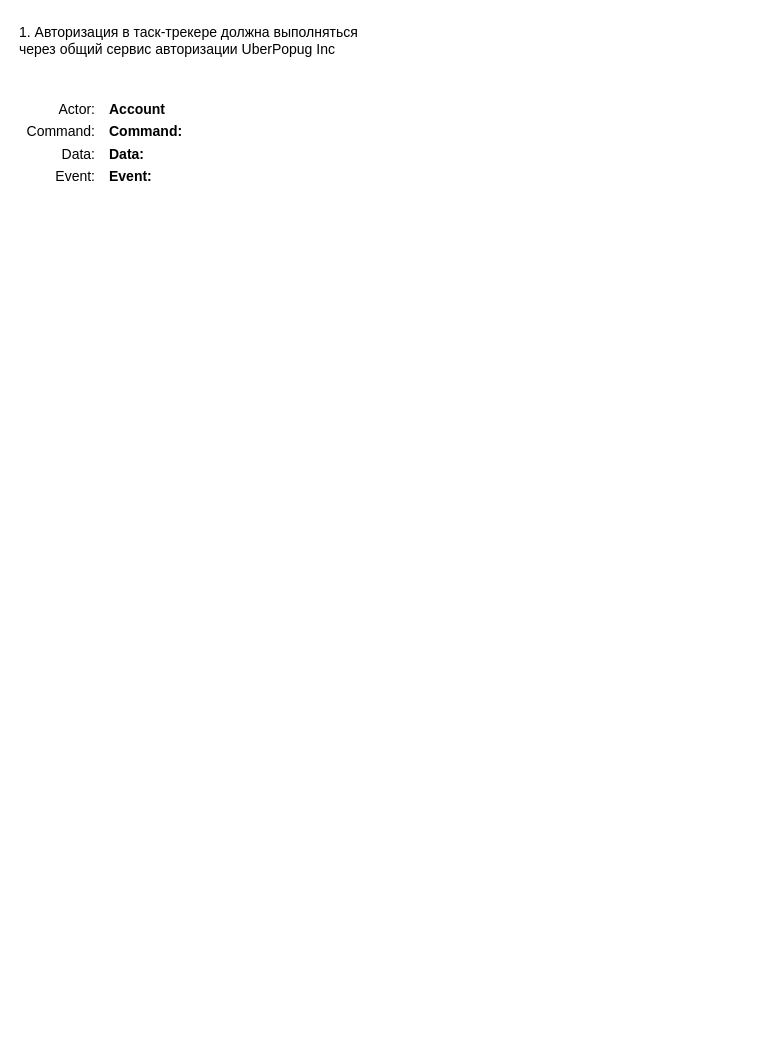
This is es.drawio from fedorov-dmitry/aTES, a draw.io file, before an edit. Source tidied: cells renumbered, new cells numbered last; positions are measured from the earlier drawing's top-left corner, leaving out a move shared by most shapes. Both pictures are drawn from the tidied source at 100%, with x=0, y=0 at pixel (17, 17).
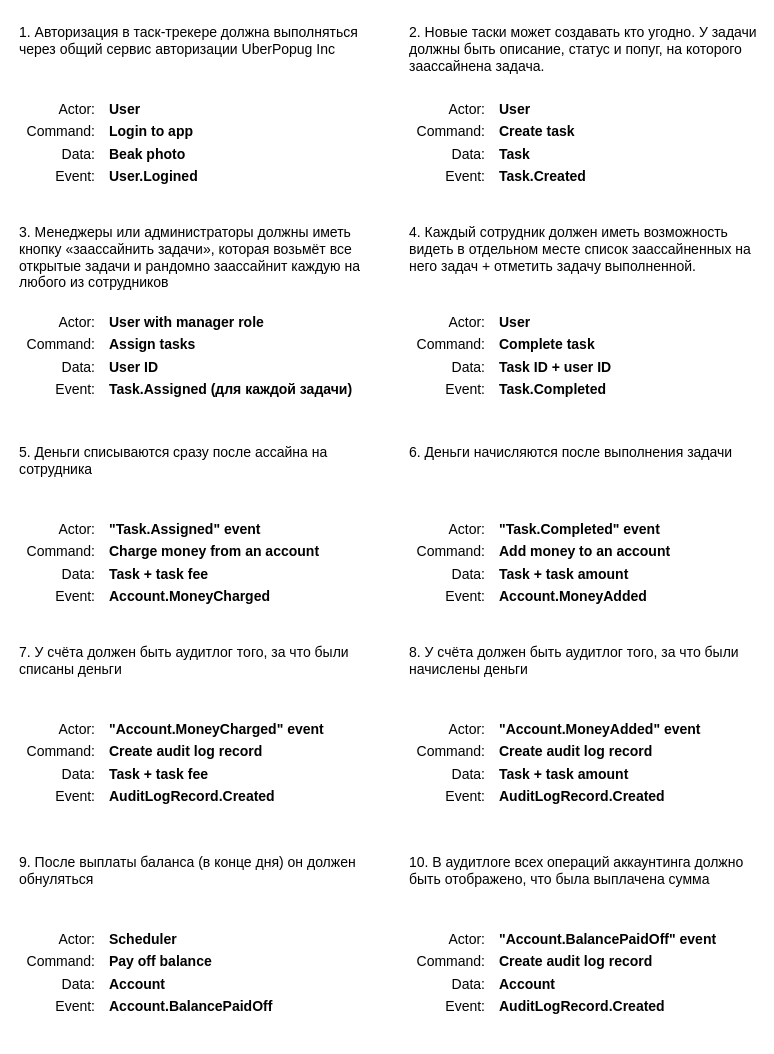
After the change.

Diff of the diagram source:
```diff
@@
-    <mxCell id="4" value="&lt;p style=&quot;line-height: 1.6&quot;&gt;Account&lt;br style=&quot;font-size: 14px&quot;&gt;Command:&lt;br style=&quot;font-size: 14px&quot;&gt;Data:&lt;br style=&quot;font-size: 14px&quot;&gt;Event:&lt;/p&gt;" style="text;html=1;strokeColor=none;fillColor=none;align=left;verticalAlign=top;whiteSpace=wrap;rounded=0;spacing=2;spacingBottom=0;labelPosition=center;verticalLabelPosition=middle;fontSize=14;spacingTop=0;fontStyle=1;" parent="1" vertex="1">
-      <mxGeometry x="90" y="60" width="80" height="130" as="geometry" />
+    <mxCell id="4" value="&lt;p style=&quot;line-height: 1.6&quot;&gt;User&lt;br style=&quot;font-size: 14px&quot;&gt;Login to app&amp;nbsp;&lt;br style=&quot;font-size: 14px&quot;&gt;Beak photo&lt;br style=&quot;font-size: 14px&quot;&gt;User.Logined&lt;/p&gt;" style="text;html=1;strokeColor=none;fillColor=none;align=left;verticalAlign=top;whiteSpace=wrap;rounded=0;spacing=2;spacingBottom=0;labelPosition=center;verticalLabelPosition=middle;fontSize=14;spacingTop=0;fontStyle=1;" parent="1" vertex="1">
+      <mxGeometry x="90" y="60" width="250" height="130" as="geometry" />
     </mxCell>
+    <mxCell id="5" value="2. Новые таски может создавать кто угодно. У задачи должны быть описание, статус и попуг, на которого заассайнена задача." style="text;html=1;strokeColor=none;fillColor=none;align=left;verticalAlign=top;whiteSpace=wrap;rounded=0;spacing=2;spacingBottom=0;labelPosition=center;verticalLabelPosition=middle;fontSize=14;spacingTop=0;" parent="1" vertex="1">
+      <mxGeometry x="390" width="350" height="30" as="geometry" />
+    </mxCell>
+    <mxCell id="6" value="&lt;p style=&quot;line-height: 1.6&quot;&gt;Actor:&lt;br style=&quot;font-size: 14px&quot;&gt;Command:&lt;br style=&quot;font-size: 14px&quot;&gt;Data:&lt;br style=&quot;font-size: 14px&quot;&gt;Event:&lt;/p&gt;" style="text;html=1;strokeColor=none;fillColor=none;align=right;verticalAlign=top;whiteSpace=wrap;rounded=0;spacing=2;spacingBottom=0;labelPosition=center;verticalLabelPosition=middle;fontSize=14;spacingTop=0;" parent="1" vertex="1">
+      <mxGeometry x="390" y="60" width="80" height="130" as="geometry" />
+    </mxCell>
+    <mxCell id="7" value="&lt;p style=&quot;line-height: 1.6&quot;&gt;User&lt;br style=&quot;font-size: 14px&quot;&gt;Create task&amp;nbsp;&lt;br style=&quot;font-size: 14px&quot;&gt;Task&lt;br style=&quot;font-size: 14px&quot;&gt;Task.Created&lt;/p&gt;" style="text;html=1;strokeColor=none;fillColor=none;align=left;verticalAlign=top;whiteSpace=wrap;rounded=0;spacing=2;spacingBottom=0;labelPosition=center;verticalLabelPosition=middle;fontSize=14;spacingTop=0;fontStyle=1;" parent="1" vertex="1">
+      <mxGeometry x="480" y="60" width="250" height="130" as="geometry" />
+    </mxCell>
+    <mxCell id="8" value="3.&amp;nbsp;Менеджеры или администраторы должны иметь кнопку «заассайнить задачи», которая возьмёт все открытые задачи и рандомно заассайнит каждую на любого из сотрудников" style="text;html=1;strokeColor=none;fillColor=none;align=left;verticalAlign=top;whiteSpace=wrap;rounded=0;spacing=2;spacingBottom=0;labelPosition=center;verticalLabelPosition=middle;fontSize=14;spacingTop=0;" parent="1" vertex="1">
+      <mxGeometry y="200" width="350" height="30" as="geometry" />
+    </mxCell>
+    <mxCell id="9" value="&lt;p style=&quot;line-height: 1.6&quot;&gt;Actor:&lt;br style=&quot;font-size: 14px&quot;&gt;Command:&lt;br style=&quot;font-size: 14px&quot;&gt;Data:&lt;br style=&quot;font-size: 14px&quot;&gt;Event:&lt;/p&gt;" style="text;html=1;strokeColor=none;fillColor=none;align=right;verticalAlign=top;whiteSpace=wrap;rounded=0;spacing=2;spacingBottom=0;labelPosition=center;verticalLabelPosition=middle;fontSize=14;spacingTop=0;" parent="1" vertex="1">
+      <mxGeometry y="273" width="80" height="130" as="geometry" />
+    </mxCell>
+    <mxCell id="10" value="&lt;p style=&quot;line-height: 1.6&quot;&gt;User with manager role&lt;br style=&quot;font-size: 14px&quot;&gt;Assign tasks&amp;nbsp;&lt;br style=&quot;font-size: 14px&quot;&gt;User ID&lt;br style=&quot;font-size: 14px&quot;&gt;Task.Assigned (для каждой задачи)&lt;/p&gt;" style="text;html=1;strokeColor=none;fillColor=none;align=left;verticalAlign=top;whiteSpace=wrap;rounded=0;spacing=2;spacingBottom=0;labelPosition=center;verticalLabelPosition=middle;fontSize=14;spacingTop=0;fontStyle=1;" parent="1" vertex="1">
+      <mxGeometry x="90" y="273" width="250" height="130" as="geometry" />
+    </mxCell>
+    <mxCell id="11" value="4.&amp;nbsp;Каждый сотрудник должен иметь возможность видеть в отдельном месте список заассайненных на него задач + отметить задачу выполненной." style="text;html=1;strokeColor=none;fillColor=none;align=left;verticalAlign=top;whiteSpace=wrap;rounded=0;spacing=2;spacingBottom=0;labelPosition=center;verticalLabelPosition=middle;fontSize=14;spacingTop=0;" parent="1" vertex="1">
+      <mxGeometry x="390" y="200" width="350" height="30" as="geometry" />
+    </mxCell>
+    <mxCell id="12" value="&lt;p style=&quot;line-height: 1.6&quot;&gt;Actor:&lt;br style=&quot;font-size: 14px&quot;&gt;Command:&lt;br style=&quot;font-size: 14px&quot;&gt;Data:&lt;br style=&quot;font-size: 14px&quot;&gt;Event:&lt;/p&gt;" style="text;html=1;strokeColor=none;fillColor=none;align=right;verticalAlign=top;whiteSpace=wrap;rounded=0;spacing=2;spacingBottom=0;labelPosition=center;verticalLabelPosition=middle;fontSize=14;spacingTop=0;" parent="1" vertex="1">
+      <mxGeometry x="390" y="273" width="80" height="130" as="geometry" />
+    </mxCell>
+    <mxCell id="13" value="&lt;p style=&quot;line-height: 1.6&quot;&gt;User&lt;br style=&quot;font-size: 14px&quot;&gt;Complete task&amp;nbsp;&lt;br style=&quot;font-size: 14px&quot;&gt;Task ID + user ID&lt;br style=&quot;font-size: 14px&quot;&gt;Task.Completed&lt;/p&gt;" style="text;html=1;strokeColor=none;fillColor=none;align=left;verticalAlign=top;whiteSpace=wrap;rounded=0;spacing=2;spacingBottom=0;labelPosition=center;verticalLabelPosition=middle;fontSize=14;spacingTop=0;fontStyle=1;" parent="1" vertex="1">
+      <mxGeometry x="480" y="273" width="250" height="130" as="geometry" />
+    </mxCell>
+    <mxCell id="14" value="5. Деньги списываются сразу после ассайна на сотрудника" style="text;html=1;strokeColor=none;fillColor=none;align=left;verticalAlign=top;whiteSpace=wrap;rounded=0;spacing=2;spacingBottom=0;labelPosition=center;verticalLabelPosition=middle;fontSize=14;spacingTop=0;" parent="1" vertex="1">
+      <mxGeometry y="420" width="350" height="30" as="geometry" />
+    </mxCell>
+    <mxCell id="15" value="&lt;p style=&quot;line-height: 1.6&quot;&gt;Actor:&lt;br style=&quot;font-size: 14px&quot;&gt;Command:&lt;br style=&quot;font-size: 14px&quot;&gt;Data:&lt;br style=&quot;font-size: 14px&quot;&gt;Event:&lt;/p&gt;" style="text;html=1;strokeColor=none;fillColor=none;align=right;verticalAlign=top;whiteSpace=wrap;rounded=0;spacing=2;spacingBottom=0;labelPosition=center;verticalLabelPosition=middle;fontSize=14;spacingTop=0;" parent="1" vertex="1">
+      <mxGeometry y="480" width="80" height="130" as="geometry" />
+    </mxCell>
+    <mxCell id="16" value="&lt;p style=&quot;line-height: 1.6&quot;&gt;&quot;Task.Assigned&quot; event&lt;br style=&quot;font-size: 14px&quot;&gt;Charge money from an account&lt;br style=&quot;font-size: 14px&quot;&gt;Task + task fee&lt;br style=&quot;font-size: 14px&quot;&gt;Account.MoneyCharged&lt;/p&gt;" style="text;html=1;strokeColor=none;fillColor=none;align=left;verticalAlign=top;whiteSpace=wrap;rounded=0;spacing=2;spacingBottom=0;labelPosition=center;verticalLabelPosition=middle;fontSize=14;spacingTop=0;fontStyle=1;" parent="1" vertex="1">
+      <mxGeometry x="90" y="480" width="250" height="130" as="geometry" />
+    </mxCell>
+    <mxCell id="17" value="6. Деньги&amp;nbsp;начисляются после выполнения задачи" style="text;html=1;strokeColor=none;fillColor=none;align=left;verticalAlign=top;whiteSpace=wrap;rounded=0;spacing=2;spacingBottom=0;labelPosition=center;verticalLabelPosition=middle;fontSize=14;spacingTop=0;" parent="1" vertex="1">
+      <mxGeometry x="390" y="420" width="350" height="30" as="geometry" />
+    </mxCell>
+    <mxCell id="18" value="&lt;p style=&quot;line-height: 1.6&quot;&gt;Actor:&lt;br style=&quot;font-size: 14px&quot;&gt;Command:&lt;br style=&quot;font-size: 14px&quot;&gt;Data:&lt;br style=&quot;font-size: 14px&quot;&gt;Event:&lt;/p&gt;" style="text;html=1;strokeColor=none;fillColor=none;align=right;verticalAlign=top;whiteSpace=wrap;rounded=0;spacing=2;spacingBottom=0;labelPosition=center;verticalLabelPosition=middle;fontSize=14;spacingTop=0;" parent="1" vertex="1">
+      <mxGeometry x="390" y="480" width="80" height="130" as="geometry" />
+    </mxCell>
+    <mxCell id="19" value="&lt;p style=&quot;line-height: 1.6&quot;&gt;&quot;Task.Completed&quot; event&lt;br style=&quot;font-size: 14px&quot;&gt;Add money to an account&lt;br style=&quot;font-size: 14px&quot;&gt;Task + task amount&lt;br style=&quot;font-size: 14px&quot;&gt;Account.MoneyAdded&lt;/p&gt;" style="text;html=1;strokeColor=none;fillColor=none;align=left;verticalAlign=top;whiteSpace=wrap;rounded=0;spacing=2;spacingBottom=0;labelPosition=center;verticalLabelPosition=middle;fontSize=14;spacingTop=0;fontStyle=1;" parent="1" vertex="1">
+      <mxGeometry x="480" y="480" width="250" height="130" as="geometry" />
+    </mxCell>
+    <mxCell id="20" value="7.&amp;nbsp;У счёта должен быть аудитлог того, за что были списаны деньги" style="text;html=1;strokeColor=none;fillColor=none;align=left;verticalAlign=top;whiteSpace=wrap;rounded=0;spacing=2;spacingBottom=0;labelPosition=center;verticalLabelPosition=middle;fontSize=14;spacingTop=0;" parent="1" vertex="1">
+      <mxGeometry y="620" width="350" height="30" as="geometry" />
+    </mxCell>
+    <mxCell id="21" value="&lt;p style=&quot;line-height: 1.6&quot;&gt;Actor:&lt;br style=&quot;font-size: 14px&quot;&gt;Command:&lt;br style=&quot;font-size: 14px&quot;&gt;Data:&lt;br style=&quot;font-size: 14px&quot;&gt;Event:&lt;/p&gt;" style="text;html=1;strokeColor=none;fillColor=none;align=right;verticalAlign=top;whiteSpace=wrap;rounded=0;spacing=2;spacingBottom=0;labelPosition=center;verticalLabelPosition=middle;fontSize=14;spacingTop=0;" parent="1" vertex="1">
+      <mxGeometry y="680" width="80" height="130" as="geometry" />
+    </mxCell>
+    <mxCell id="22" value="&lt;p style=&quot;line-height: 1.6&quot;&gt;&quot;Account.MoneyCharged&quot; event&lt;br style=&quot;font-size: 14px&quot;&gt;Create audit log record&lt;br style=&quot;font-size: 14px&quot;&gt;Task + task fee&lt;br style=&quot;font-size: 14px&quot;&gt;AuditLogRecord.Created&lt;/p&gt;" style="text;html=1;strokeColor=none;fillColor=none;align=left;verticalAlign=top;whiteSpace=wrap;rounded=0;spacing=2;spacingBottom=0;labelPosition=center;verticalLabelPosition=middle;fontSize=14;spacingTop=0;fontStyle=1;" parent="1" vertex="1">
+      <mxGeometry x="90" y="680" width="250" height="130" as="geometry" />
+    </mxCell>
+    <mxCell id="23" value="8.&amp;nbsp;У счёта должен быть аудитлог того, за что были начислены деньги" style="text;html=1;strokeColor=none;fillColor=none;align=left;verticalAlign=top;whiteSpace=wrap;rounded=0;spacing=2;spacingBottom=0;labelPosition=center;verticalLabelPosition=middle;fontSize=14;spacingTop=0;" parent="1" vertex="1">
+      <mxGeometry x="390" y="620" width="350" height="30" as="geometry" />
+    </mxCell>
+    <mxCell id="24" value="&lt;p style=&quot;line-height: 1.6&quot;&gt;Actor:&lt;br style=&quot;font-size: 14px&quot;&gt;Command:&lt;br style=&quot;font-size: 14px&quot;&gt;Data:&lt;br style=&quot;font-size: 14px&quot;&gt;Event:&lt;/p&gt;" style="text;html=1;strokeColor=none;fillColor=none;align=right;verticalAlign=top;whiteSpace=wrap;rounded=0;spacing=2;spacingBottom=0;labelPosition=center;verticalLabelPosition=middle;fontSize=14;spacingTop=0;" parent="1" vertex="1">
+      <mxGeometry x="390" y="680" width="80" height="130" as="geometry" />
+    </mxCell>
+    <mxCell id="25" value="&lt;p style=&quot;line-height: 1.6&quot;&gt;&quot;Account.MoneyAdded&quot; event&lt;br style=&quot;font-size: 14px&quot;&gt;Create audit log record&lt;br style=&quot;font-size: 14px&quot;&gt;Task + task amount&lt;br style=&quot;font-size: 14px&quot;&gt;AuditLogRecord.Created&lt;br&gt;&lt;/p&gt;" style="text;html=1;strokeColor=none;fillColor=none;align=left;verticalAlign=top;whiteSpace=wrap;rounded=0;spacing=2;spacingBottom=0;labelPosition=center;verticalLabelPosition=middle;fontSize=14;spacingTop=0;fontStyle=1;" parent="1" vertex="1">
+      <mxGeometry x="480" y="680" width="260" height="130" as="geometry" />
+    </mxCell>
+    <mxCell id="26" value="9.&amp;nbsp;После выплаты баланса (в конце дня) он должен обнуляться" style="text;html=1;strokeColor=none;fillColor=none;align=left;verticalAlign=top;whiteSpace=wrap;rounded=0;spacing=2;spacingBottom=0;labelPosition=center;verticalLabelPosition=middle;fontSize=14;spacingTop=0;" parent="1" vertex="1">
+      <mxGeometry y="830" width="350" height="30" as="geometry" />
+    </mxCell>
+    <mxCell id="27" value="&lt;p style=&quot;line-height: 1.6&quot;&gt;Actor:&lt;br style=&quot;font-size: 14px&quot;&gt;Command:&lt;br style=&quot;font-size: 14px&quot;&gt;Data:&lt;br style=&quot;font-size: 14px&quot;&gt;Event:&lt;/p&gt;" style="text;html=1;strokeColor=none;fillColor=none;align=right;verticalAlign=top;whiteSpace=wrap;rounded=0;spacing=2;spacingBottom=0;labelPosition=center;verticalLabelPosition=middle;fontSize=14;spacingTop=0;" parent="1" vertex="1">
+      <mxGeometry y="890" width="80" height="130" as="geometry" />
+    </mxCell>
+    <mxCell id="28" value="&lt;p style=&quot;line-height: 1.6&quot;&gt;Scheduler&lt;br style=&quot;font-size: 14px&quot;&gt;Pay off balance&lt;br style=&quot;font-size: 14px&quot;&gt;Account&lt;br style=&quot;font-size: 14px&quot;&gt;Account.BalancePaidOff&lt;/p&gt;" style="text;html=1;strokeColor=none;fillColor=none;align=left;verticalAlign=top;whiteSpace=wrap;rounded=0;spacing=2;spacingBottom=0;labelPosition=center;verticalLabelPosition=middle;fontSize=14;spacingTop=0;fontStyle=1;" parent="1" vertex="1">
+      <mxGeometry x="90" y="890" width="250" height="130" as="geometry" />
+    </mxCell>
+    <mxCell id="29" value="10. В аудитлоге всех операций аккаунтинга должно быть отображено, что была выплачена сумма" style="text;html=1;strokeColor=none;fillColor=none;align=left;verticalAlign=top;whiteSpace=wrap;rounded=0;spacing=2;spacingBottom=0;labelPosition=center;verticalLabelPosition=middle;fontSize=14;spacingTop=0;" parent="1" vertex="1">
+      <mxGeometry x="390" y="830" width="350" height="30" as="geometry" />
+    </mxCell>
+    <mxCell id="30" value="&lt;p style=&quot;line-height: 1.6&quot;&gt;Actor:&lt;br style=&quot;font-size: 14px&quot;&gt;Command:&lt;br style=&quot;font-size: 14px&quot;&gt;Data:&lt;br style=&quot;font-size: 14px&quot;&gt;Event:&lt;/p&gt;" style="text;html=1;strokeColor=none;fillColor=none;align=right;verticalAlign=top;whiteSpace=wrap;rounded=0;spacing=2;spacingBottom=0;labelPosition=center;verticalLabelPosition=middle;fontSize=14;spacingTop=0;" parent="1" vertex="1">
+      <mxGeometry x="390" y="890" width="80" height="130" as="geometry" />
+    </mxCell>
+    <mxCell id="31" value="&lt;p style=&quot;line-height: 1.6&quot;&gt;&quot;Account.BalancePaidOff&quot; event&amp;nbsp;&lt;br style=&quot;font-size: 14px&quot;&gt;Create audit log record&lt;br style=&quot;font-size: 14px&quot;&gt;Account&lt;br style=&quot;font-size: 14px&quot;&gt;AuditLogRecord.Created&lt;br&gt;&lt;/p&gt;" style="text;html=1;strokeColor=none;fillColor=none;align=left;verticalAlign=top;whiteSpace=wrap;rounded=0;spacing=2;spacingBottom=0;labelPosition=center;verticalLabelPosition=middle;fontSize=14;spacingTop=0;fontStyle=1;" parent="1" vertex="1">
+      <mxGeometry x="480" y="890" width="250" height="130" as="geometry" />
+    </mxCell>
```
